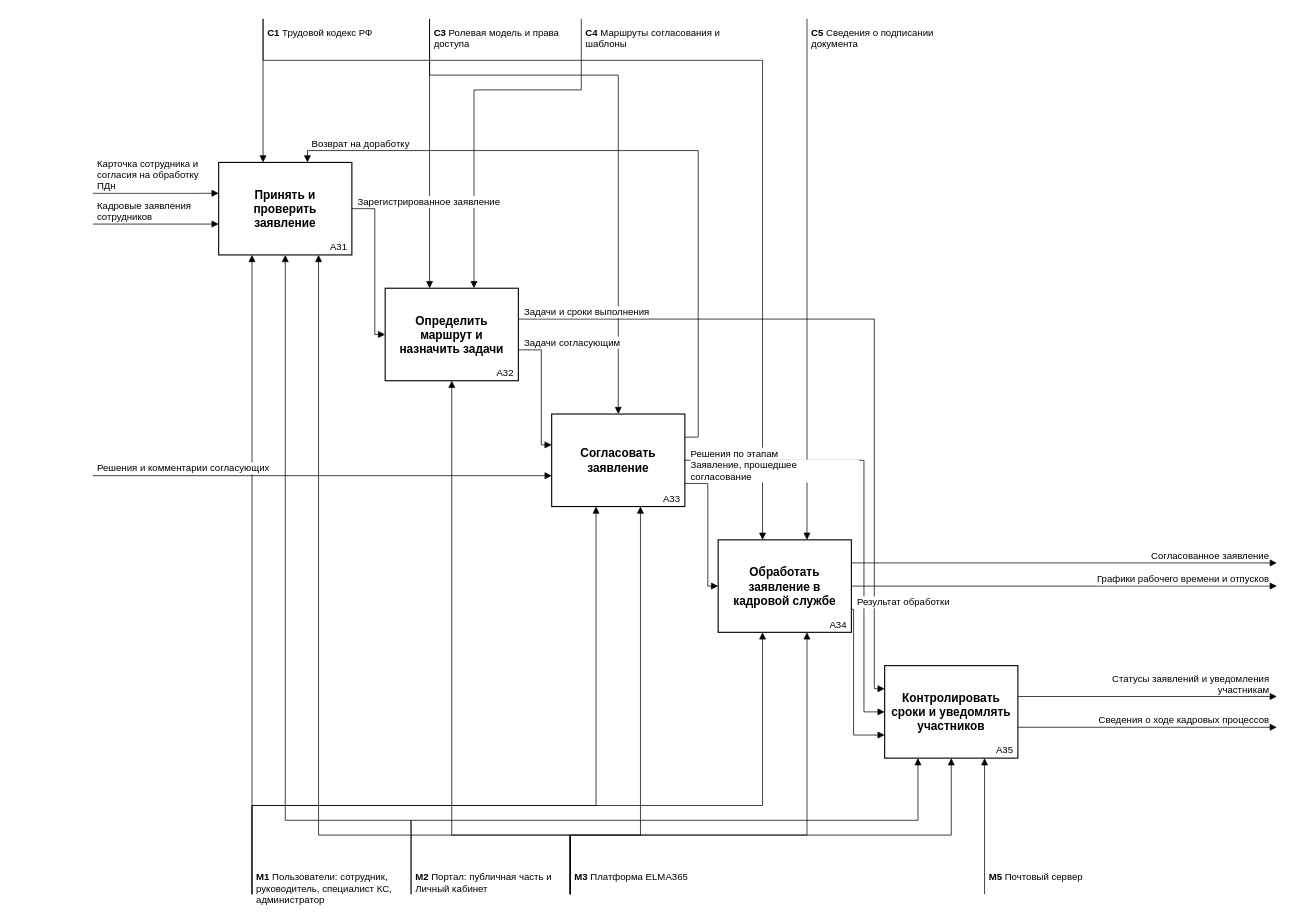
Earlier version of the draw.io diagram docs/диаграммы/drawio/1.4_IDEF0_A3_Детализация_Обрабатывать_заявления.drawio (akkixx04/doc_management). Source tidied: cells renumbered, new cells numbered last; positions are measured from the earlier drawing's top-left corner, leaving out a move shared by most shapes. Both pictures are drawn from the tidied source at 74%, with x=0, y=0 at pixel (92, 18).
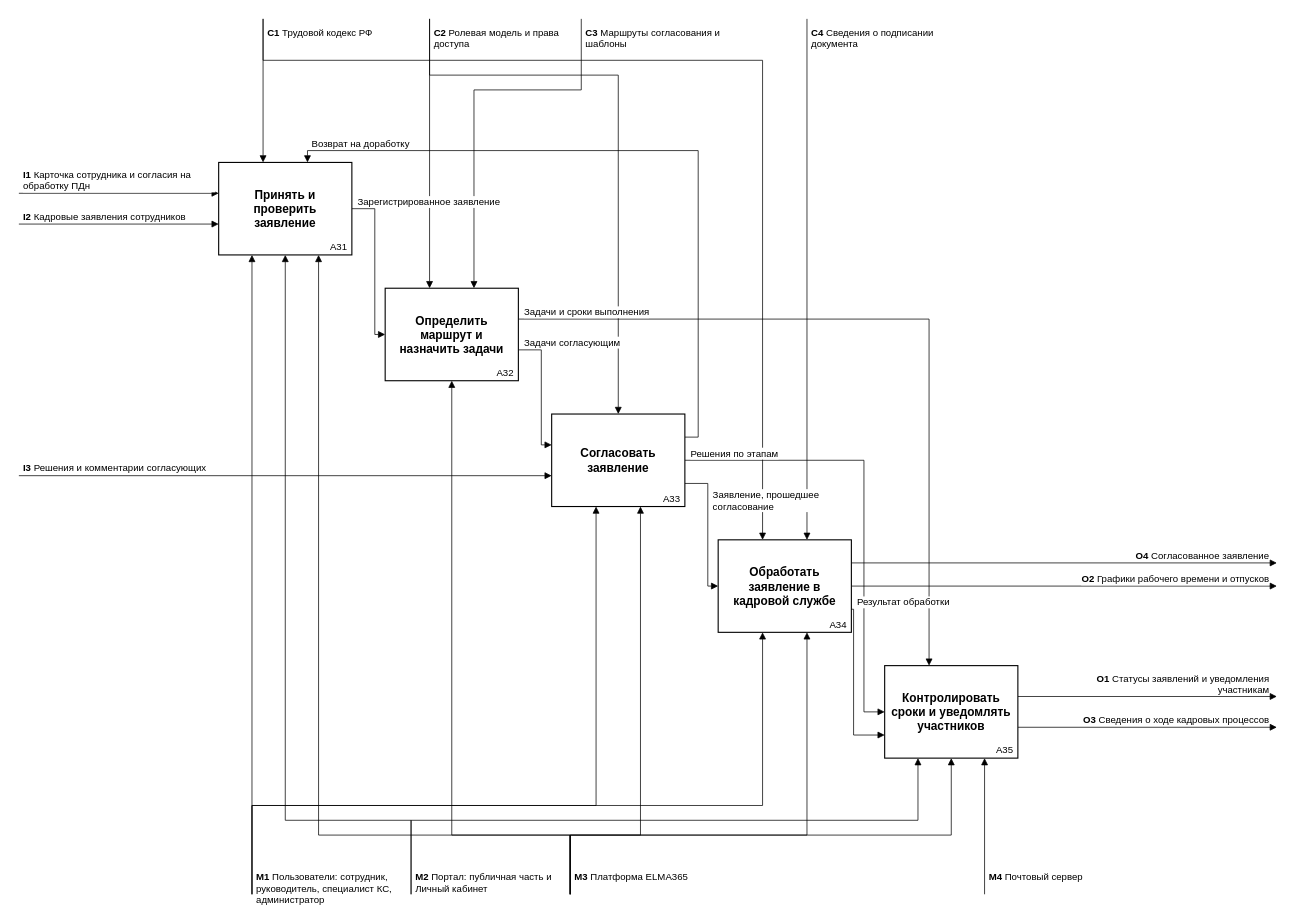
After the change.

The change refers to these unchanged cells:
```xml
<mxCell id="33" value="&lt;b&gt;Принять и проверить заявление&lt;/b&gt;" style="rounded=0;whiteSpace=wrap;html=1;strokeWidth=1.5;fillColor=#ffffff;strokeColor=#000000;fontColor=#000000;fontFamily=Helvetica;fontSize=16;spacingLeft=6;spacingRight=6;" parent="1" vertex="1">
  <mxGeometry x="170" y="194" width="180" height="125" as="geometry" />
</mxCell>
<mxCell id="35" value="&lt;b&gt;Определить маршрут и назначить задачи&lt;/b&gt;" style="rounded=0;whiteSpace=wrap;html=1;strokeWidth=1.5;fillColor=#ffffff;strokeColor=#000000;fontColor=#000000;fontFamily=Helvetica;fontSize=16;spacingLeft=6;spacingRight=6;" parent="1" vertex="1">
  <mxGeometry x="395" y="364" width="180" height="125" as="geometry" />
</mxCell>
<mxCell id="37" value="&lt;b&gt;Согласовать заявление&lt;/b&gt;" style="rounded=0;whiteSpace=wrap;html=1;strokeWidth=1.5;fillColor=#ffffff;strokeColor=#000000;fontColor=#000000;fontFamily=Helvetica;fontSize=16;spacingLeft=6;spacingRight=6;" parent="1" vertex="1">
  <mxGeometry x="620" y="534" width="180" height="125" as="geometry" />
</mxCell>
<mxCell id="41" value="&lt;b&gt;Контролировать сроки и уведомлять участников&lt;/b&gt;" style="rounded=0;whiteSpace=wrap;html=1;strokeWidth=1.5;fillColor=#ffffff;strokeColor=#000000;fontColor=#000000;fontFamily=Helvetica;fontSize=16;spacingLeft=6;spacingRight=6;" parent="1" vertex="1">
  <mxGeometry x="1070" y="874" width="180" height="125" as="geometry" />
</mxCell>
```

Change to the diagram source:
```diff
@@
     <mxCell id="2" style="edgeStyle=none;html=1;rounded=0;endArrow=block;endFill=1;endSize=7;strokeColor=#000000;strokeWidth=1;fontColor=#000000;fontFamily=Helvetica;entryX=0.0000;entryY=0.3336;entryDx=0;entryDy=0;entryPerimeter=0;fontSize=13;" parent="1" edge="1" target="33">
       <mxGeometry relative="1" as="geometry">
-        <mxPoint y="235.7" as="sourcePoint" />
+        <mxPoint x="-100" y="235.7" as="sourcePoint" />
       </mxGeometry>
     </mxCell>
     <mxCell id="3" style="edgeStyle=none;html=1;rounded=0;endArrow=block;endFill=1;endSize=7;strokeColor=#000000;strokeWidth=1;fontColor=#000000;fontFamily=Helvetica;entryX=0.0000;entryY=0.6664;entryDx=0;entryDy=0;entryPerimeter=0;fontSize=13;" parent="1" edge="1" target="33">
       <mxGeometry relative="1" as="geometry">
-        <mxPoint y="277.3" as="sourcePoint" />
+        <mxPoint x="-100" y="277.3" as="sourcePoint" />
       </mxGeometry>
     </mxCell>
     <mxCell id="4" style="edgeStyle=none;html=1;rounded=0;endArrow=block;endFill=1;endSize=7;strokeColor=#000000;strokeWidth=1;fontColor=#000000;fontFamily=Helvetica;entryX=0.0000;entryY=0.6664;entryDx=0;entryDy=0;entryPerimeter=0;fontSize=13;" parent="1" edge="1" target="37">
       <mxGeometry relative="1" as="geometry">
-        <mxPoint y="617.3" as="sourcePoint" />
+        <mxPoint x="-100" y="617.3" as="sourcePoint" />
       </mxGeometry>
     </mxCell>
@@
-    <mxCell id="6" style="edgeStyle=none;html=1;rounded=0;endArrow=block;endFill=1;endSize=7;strokeColor=#000000;strokeWidth=1;fontColor=#000000;fontFamily=Helvetica;exitX=1.0000;exitY=0.3336;exitDx=0;exitDy=0;exitPerimeter=0;entryX=0.0000;entryY=0.2496;entryDx=0;entryDy=0;entryPerimeter=0;fontSize=13;" parent="1" edge="1" source="35" target="41">
+    <mxCell id="6" style="edgeStyle=none;html=1;rounded=0;endArrow=block;endFill=1;endSize=7;strokeColor=#000000;strokeWidth=1;fontColor=#000000;fontFamily=Helvetica;exitX=1.0000;exitY=0.3336;exitDx=0;exitDy=0;exitPerimeter=0;entryX=0.3333;entryY=0;entryDx=0;entryDy=0;entryPerimeter=0;fontSize=13;" parent="1" edge="1" source="35" target="41">
       <mxGeometry relative="1" as="geometry">
         <Array as="points">
-          <mxPoint x="1056" y="405.7" />
-          <mxPoint x="1056" y="905.2" />
+          <mxPoint x="1130" y="405.7" />
         </Array>
       </mxGeometry>
     </mxCell>
@@
-    <mxCell id="43" value="Карточка сотрудника и согласия на обработку ПДн" style="text;html=1;whiteSpace=wrap;align=left;verticalAlign=bottom;fontSize=13;spacing=0;labelBackgroundColor=#ffffff;spacingLeft=2;spacingRight=2;fontColor=#000000;fontFamily=Helvetica;" parent="1" vertex="1">
-      <mxGeometry x="4" y="204.7" width="140" height="30" as="geometry" />
+    <mxCell id="43" value="&lt;b&gt;I1&lt;/b&gt; Карточка сотрудника и согласия на обработку ПДн" style="text;html=1;whiteSpace=wrap;align=left;verticalAlign=bottom;fontSize=13;spacing=0;labelBackgroundColor=#ffffff;spacingLeft=2;spacingRight=2;fontColor=#000000;fontFamily=Helvetica;" parent="1" vertex="1">
+      <mxGeometry x="-96" y="204.7" width="262" height="30" as="geometry" />
     </mxCell>
-    <mxCell id="44" value="Кадровые заявления сотрудников" style="text;html=1;whiteSpace=wrap;align=left;verticalAlign=bottom;fontSize=13;spacing=0;labelBackgroundColor=#ffffff;spacingLeft=2;spacingRight=2;fontColor=#000000;fontFamily=Helvetica;" parent="1" vertex="1">
-      <mxGeometry x="4" y="246.3" width="140" height="30" as="geometry" />
+    <mxCell id="44" value="&lt;b&gt;I2&lt;/b&gt; Кадровые заявления сотрудников" style="text;html=1;whiteSpace=wrap;align=left;verticalAlign=bottom;fontSize=13;spacing=0;labelBackgroundColor=#ffffff;spacingLeft=2;spacingRight=2;fontColor=#000000;fontFamily=Helvetica;" parent="1" vertex="1">
+      <mxGeometry x="-96" y="246.3" width="262" height="30" as="geometry" />
     </mxCell>
-    <mxCell id="45" value="Решения и комментарии согласующих" style="text;html=1;whiteSpace=wrap;align=left;verticalAlign=bottom;fontSize=13;spacing=0;labelBackgroundColor=#ffffff;spacingLeft=2;spacingRight=2;fontColor=#000000;fontFamily=Helvetica;" parent="1" vertex="1">
-      <mxGeometry x="4" y="586.3" width="320" height="30" as="geometry" />
+    <mxCell id="45" value="&lt;b&gt;I3&lt;/b&gt; Решения и комментарии согласующих" style="text;html=1;whiteSpace=wrap;align=left;verticalAlign=bottom;fontSize=13;spacing=0;labelBackgroundColor=#ffffff;spacingLeft=2;spacingRight=2;fontColor=#000000;fontFamily=Helvetica;" parent="1" vertex="1">
+      <mxGeometry x="-96" y="586.3" width="320" height="30" as="geometry" />
     </mxCell>
@@
-    <mxCell id="51" value="Заявление, прошедшее согласование" style="text;html=1;whiteSpace=wrap;align=left;verticalAlign=bottom;fontSize=13;spacing=0;labelBackgroundColor=#ffffff;spacingLeft=2;spacingRight=2;fontColor=#000000;fontFamily=Helvetica;" parent="1" vertex="1">
-      <mxGeometry x="806" y="596.8" width="230" height="30" as="geometry" />
+    <mxCell id="51" value="Заявление, прошедшее согласование" style="text;html=1;whiteSpace=wrap;align=left;verticalAlign=top;fontSize=13;spacing=0;labelBackgroundColor=#ffffff;spacingLeft=2;spacingRight=2;fontColor=#000000;fontFamily=Helvetica;" parent="1" vertex="1">
+      <mxGeometry x="836" y="631" width="190" height="34" as="geometry" />
     </mxCell>
-    <mxCell id="52" value="Согласованное заявление" style="text;html=1;whiteSpace=wrap;align=right;verticalAlign=bottom;fontSize=13;spacing=0;labelBackgroundColor=#ffffff;spacingLeft=2;spacingRight=2;fontColor=#000000;fontFamily=Helvetica;" parent="1" vertex="1">
+    <mxCell id="52" value="&lt;b&gt;O4&lt;/b&gt; Согласованное заявление" style="text;html=1;whiteSpace=wrap;align=right;verticalAlign=bottom;fontSize=13;spacing=0;labelBackgroundColor=#ffffff;spacingLeft=2;spacingRight=2;fontColor=#000000;fontFamily=Helvetica;" parent="1" vertex="1">
       <mxGeometry x="1310" y="700.2" width="282" height="34" as="geometry" />
     </mxCell>
-    <mxCell id="53" value="Графики рабочего времени и отпусков" style="text;html=1;whiteSpace=wrap;align=right;verticalAlign=bottom;fontSize=13;spacing=0;labelBackgroundColor=#ffffff;spacingLeft=2;spacingRight=2;fontColor=#000000;fontFamily=Helvetica;" parent="1" vertex="1">
+    <mxCell id="53" value="&lt;b&gt;O2&lt;/b&gt; Графики рабочего времени и отпусков" style="text;html=1;whiteSpace=wrap;align=right;verticalAlign=bottom;fontSize=13;spacing=0;labelBackgroundColor=#ffffff;spacingLeft=2;spacingRight=2;fontColor=#000000;fontFamily=Helvetica;" parent="1" vertex="1">
       <mxGeometry x="1310" y="731.5" width="282" height="34" as="geometry" />
     </mxCell>
@@
-    <mxCell id="55" value="Статусы заявлений и уведомления участникам" style="text;html=1;whiteSpace=wrap;align=right;verticalAlign=bottom;fontSize=13;spacing=0;labelBackgroundColor=#ffffff;spacingLeft=2;spacingRight=2;fontColor=#000000;fontFamily=Helvetica;" parent="1" vertex="1">
+    <mxCell id="55" value="&lt;b&gt;O1&lt;/b&gt; Статусы заявлений и уведомления участникам" style="text;html=1;whiteSpace=wrap;align=right;verticalAlign=bottom;fontSize=13;spacing=0;labelBackgroundColor=#ffffff;spacingLeft=2;spacingRight=2;fontColor=#000000;fontFamily=Helvetica;" parent="1" vertex="1">
       <mxGeometry x="1310" y="880.7" width="282" height="34" as="geometry" />
     </mxCell>
-    <mxCell id="56" value="Сведения о ходе кадровых процессов" style="text;html=1;whiteSpace=wrap;align=right;verticalAlign=bottom;fontSize=13;spacing=0;labelBackgroundColor=#ffffff;spacingLeft=2;spacingRight=2;fontColor=#000000;fontFamily=Helvetica;" parent="1" vertex="1">
+    <mxCell id="56" value="&lt;b&gt;O3&lt;/b&gt; Сведения о ходе кадровых процессов" style="text;html=1;whiteSpace=wrap;align=right;verticalAlign=bottom;fontSize=13;spacing=0;labelBackgroundColor=#ffffff;spacingLeft=2;spacingRight=2;fontColor=#000000;fontFamily=Helvetica;" parent="1" vertex="1">
       <mxGeometry x="1310" y="922.3" width="282" height="34" as="geometry" />
     </mxCell>
@@
-    <mxCell id="58" value="&lt;b&gt;C3&lt;/b&gt; Ролевая модель и права доступа" style="text;html=1;whiteSpace=wrap;align=left;verticalAlign=top;fontSize=13;spacing=0;labelBackgroundColor=#ffffff;spacingLeft=2;spacingRight=2;fontColor=#000000;fontFamily=Helvetica;" parent="1" vertex="1">
+    <mxCell id="58" value="&lt;b&gt;C2&lt;/b&gt; Ролевая модель и права доступа" style="text;html=1;whiteSpace=wrap;align=left;verticalAlign=top;fontSize=13;spacing=0;labelBackgroundColor=#ffffff;spacingLeft=2;spacingRight=2;fontColor=#000000;fontFamily=Helvetica;" parent="1" vertex="1">
       <mxGeometry x="459" y="6" width="198" height="34" as="geometry" />
     </mxCell>
-    <mxCell id="59" value="&lt;b&gt;C4&lt;/b&gt; Маршруты согласования и шаблоны" style="text;html=1;whiteSpace=wrap;align=left;verticalAlign=top;fontSize=13;spacing=0;labelBackgroundColor=#ffffff;spacingLeft=2;spacingRight=2;fontColor=#000000;fontFamily=Helvetica;" parent="1" vertex="1">
+    <mxCell id="59" value="&lt;b&gt;C3&lt;/b&gt; Маршруты согласования и шаблоны" style="text;html=1;whiteSpace=wrap;align=left;verticalAlign=top;fontSize=13;spacing=0;labelBackgroundColor=#ffffff;spacingLeft=2;spacingRight=2;fontColor=#000000;fontFamily=Helvetica;" parent="1" vertex="1">
       <mxGeometry x="664" y="6" width="198" height="34" as="geometry" />
     </mxCell>
-    <mxCell id="60" value="&lt;b&gt;C5&lt;/b&gt; Сведения о подписании документа" style="text;html=1;whiteSpace=wrap;align=left;verticalAlign=top;fontSize=13;spacing=0;labelBackgroundColor=#ffffff;spacingLeft=2;spacingRight=2;fontColor=#000000;fontFamily=Helvetica;" parent="1" vertex="1">
+    <mxCell id="60" value="&lt;b&gt;C4&lt;/b&gt; Сведения о подписании документа" style="text;html=1;whiteSpace=wrap;align=left;verticalAlign=top;fontSize=13;spacing=0;labelBackgroundColor=#ffffff;spacingLeft=2;spacingRight=2;fontColor=#000000;fontFamily=Helvetica;" parent="1" vertex="1">
       <mxGeometry x="969" y="6" width="198" height="34" as="geometry" />
     </mxCell>
@@
-    <mxCell id="64" value="&lt;b&gt;M5&lt;/b&gt; Почтовый сервер" style="text;html=1;whiteSpace=wrap;align=left;verticalAlign=top;fontSize=13;spacing=0;labelBackgroundColor=#ffffff;spacingLeft=2;spacingRight=2;fontColor=#000000;fontFamily=Helvetica;" parent="1" vertex="1">
+    <mxCell id="64" value="&lt;b&gt;M4&lt;/b&gt; Почтовый сервер" style="text;html=1;whiteSpace=wrap;align=left;verticalAlign=top;fontSize=13;spacing=0;labelBackgroundColor=#ffffff;spacingLeft=2;spacingRight=2;fontColor=#000000;fontFamily=Helvetica;" parent="1" vertex="1">
       <mxGeometry x="1209" y="1147" width="208" height="50" as="geometry" />
     </mxCell>
```
